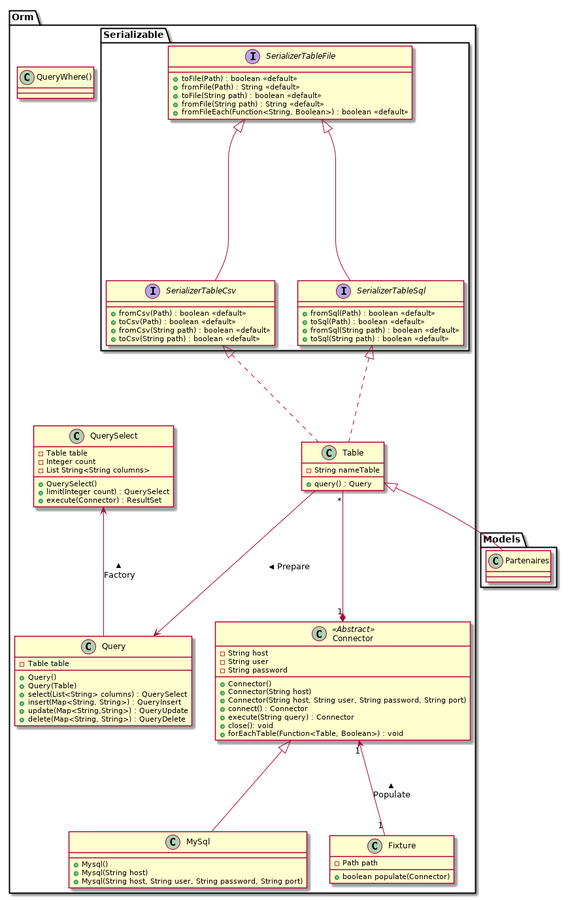
Above: doc/class/models.png in Izanami/autoconcept-app (PlantUML), before the change.
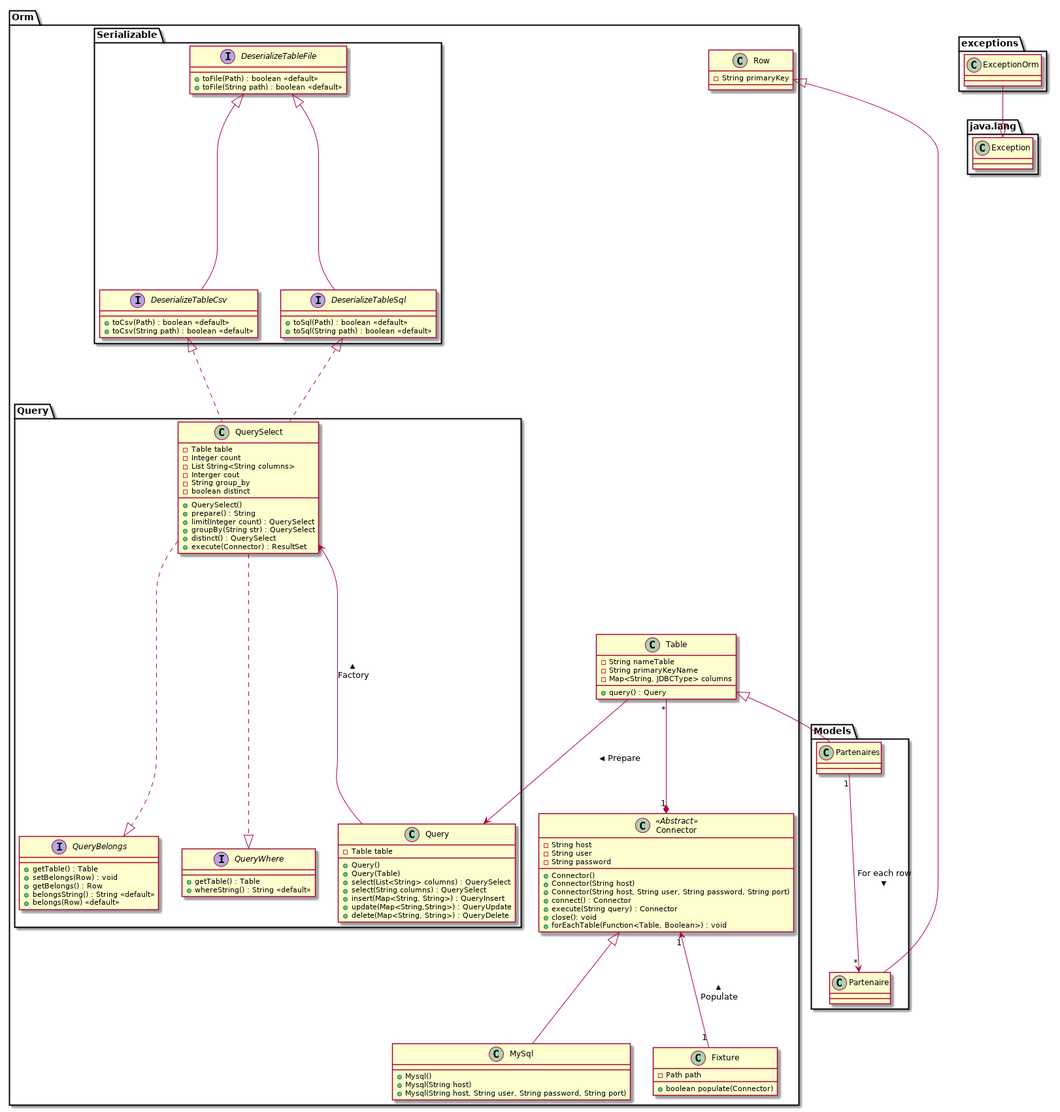
After the change.

What changed in the source:
```diff
@@ -1,27 +1,21 @@
 @startuml
+
 package Orm {
 
 package Serializable {
 
-interface SerializerTableFile {
+interface DeserializeTableFile {
     + toFile(Path) : boolean <<default>>
-    + fromFile(Path) : String <<default>>
     + toFile(String path) : boolean <<default>>
-    + fromFile(String path) : String <<default>>
-    + fromFileEach(Function<String, Boolean>) : boolean <<default>>
 }
 
-interface SerializerTableCsv{
-    + fromCsv(Path) : boolean <<default>>
+interface DeserializeTableCsv{
     + toCsv(Path) : boolean <<default>>
-    + fromCsv(String path) : boolean <<default>>
     + toCsv(String path) : boolean <<default>>
 }
 
-interface SerializerTableSql{
-    + fromSql(Path) : boolean <<default>>
+interface DeserializeTableSql{
     + toSql(Path) : boolean <<default>>
-    + fromSql(String path) : boolean <<default>>
     + toSql(String path) : boolean <<default>>
 }
 
@@ -48,6 +42,7 @@
     + Mysql(String host, String user, String password, String port)
 }
 
+package Query {
 class Query {
     - Table table
 
@@ -55,28 +50,55 @@
     + Query(Table)
 
     + select(List<String> columns) : QuerySelect
+    + select(String columns) : QuerySelect
     + insert(Map<String, String>) : QueryInsert
     + update(Map<String,String>) : QueryUpdate
     + delete(Map<String, String>) : QueryDelete
 }
 
-class QueryWhere() {
+
+interface QueryBelongs {
+     + getTable() : Table
+     + setBelongs(Row) : void
+     + getBelongs() : Row
+     + belongsString() : String <<default>>
+     + belongs(Row) <<default>>
+}
+
+interface QueryWhere {
+     + getTable() : Table
+     + whereString() : String <<default>>
 }
 
 class QuerySelect {
     - Table table
     - Integer count
     - List String<String columns>
+    - Interger cout
+    - String group_by
+    - boolean distinct
 
     + QuerySelect()
 
+    + prepare() : String
+
     + limit(Integer count) : QuerySelect
+    + groupBy(String str) : QuerySelect
+    + distinct() : QuerySelect
     + execute(Connector) : ResultSet
+}
+
 }
 
 class Table {
     - String nameTable
+    - String primaryKeyName
+    - Map<String, JDBCType> columns
     + query() : Query
+}
+
+class Row {
+    - String primaryKey
 }
 
 class Fixture {
@@ -90,11 +112,13 @@
 Connector "1" <-- "1" Fixture : Populate <
 
 QuerySelect <-- Query : Factory <
+QuerySelect ..|> QueryWhere
+QuerySelect ..|> QueryBelongs
 
-SerializerTableSql  <|.. Table
-SerializerTableCsv  <|.. Table
-SerializerTableFile  <|-- SerializerTableCsv
-SerializerTableFile  <|-- SerializerTableSql
+DeserializeTableSql  <|.. QuerySelect
+DeserializeTableCsv  <|.. QuerySelect
+DeserializeTableFile  <|-- DeserializeTableCsv
+DeserializeTableFile  <|-- DeserializeTableSql
 }
 
 package Models {
@@ -102,7 +126,21 @@
 
     }
 
+    class Partenaire {
+
+    }
+
     Table <|-- Partenaires
+    Row <|-- Partenaire
+    Partenaires "1" --> "*" Partenaire : For each row >
+}
+
+package exceptions {
+    class ExceptionOrm {
+
+    }
+
+    ExceptionOrm --|> java.lang.Exception
 }
 
 @enduml
```
